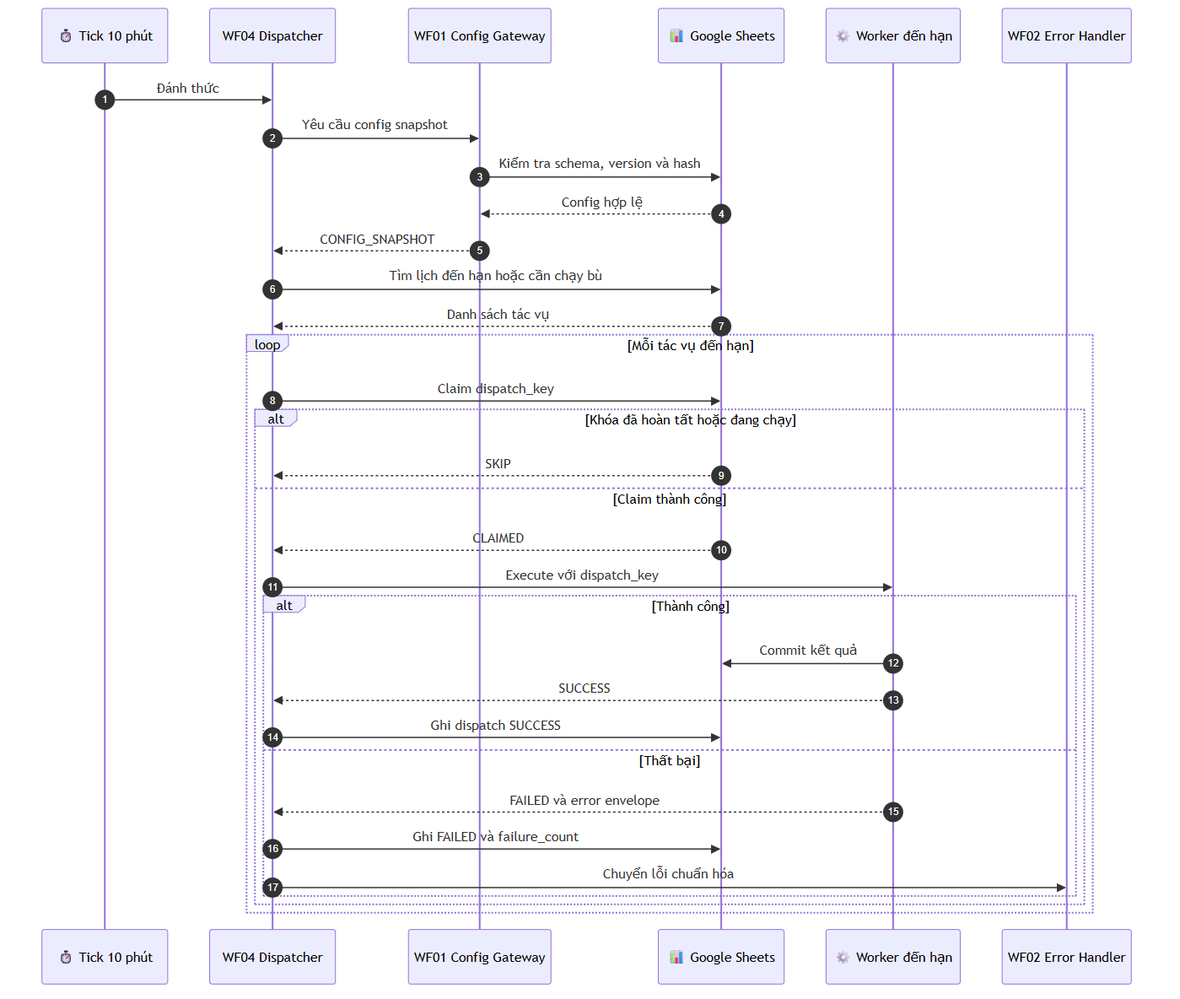
Above: docs/maintenance/diagrams/v2-dispatcher-sequence.png in devphucthinh/n8n-Modus (Mermaid), before the change. Its source is kept beside it as docs/maintenance/diagrams/v2-dispatcher-sequence.mmd.
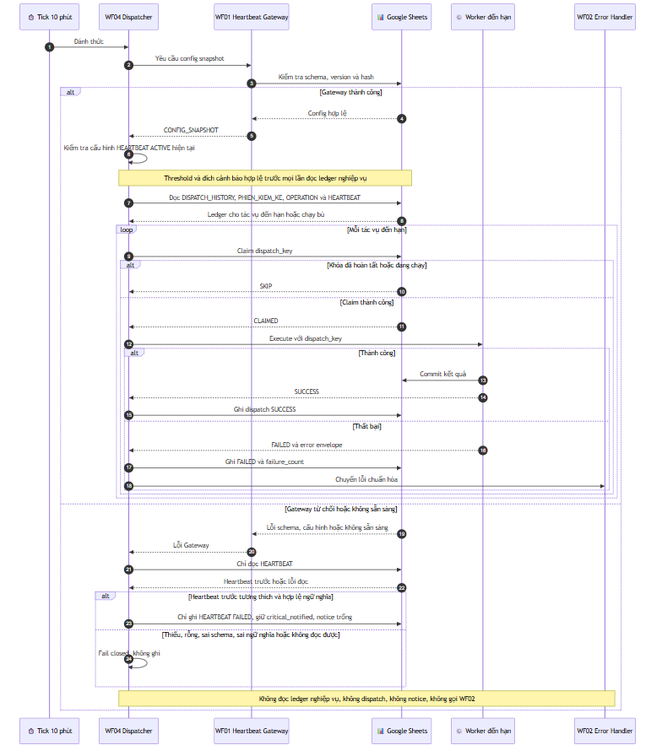
The same diagram one commit later.

What changed in the source:
```diff
@@ -2,7 +2,7 @@
     autonumber
     participant K as ⏱️ Tick 10 phút
     participant D as WF04 Dispatcher
-    participant C as WF01 Config Gateway
+    participant C as WF01 Heartbeat Gateway
     participant S as 📊 Google Sheets
     participant W as ⚙️ Worker đến hạn
     participant E as WF02 Error Handler
@@ -10,25 +10,40 @@
     K->>D: Đánh thức
     D->>C: Yêu cầu config snapshot
     C->>S: Kiểm tra schema, version và hash
-    S-->>C: Config hợp lệ
-    C-->>D: CONFIG_SNAPSHOT
-    D->>S: Tìm lịch đến hạn hoặc cần chạy bù
-    S-->>D: Danh sách tác vụ
-    loop Mỗi tác vụ đến hạn
-        D->>S: Claim dispatch_key
-        alt Khóa đã hoàn tất hoặc đang chạy
-            S-->>D: SKIP
-        else Claim thành công
-            S-->>D: CLAIMED
-            D->>W: Execute với dispatch_key
-            alt Thành công
-                W->>S: Commit kết quả
-                W-->>D: SUCCESS
-                D->>S: Ghi dispatch SUCCESS
-            else Thất bại
-                W-->>D: FAILED và error envelope
-                D->>S: Ghi FAILED và failure_count
-                D->>E: Chuyển lỗi chuẩn hóa
+    alt Gateway thành công
+        S-->>C: Config hợp lệ
+        C-->>D: CONFIG_SNAPSHOT
+        D->>D: Kiểm tra cấu hình HEARTBEAT ACTIVE hiện tại
+        Note over D,S: Threshold và đích cảnh báo hợp lệ trước mọi lần đọc ledger nghiệp vụ
+        D->>S: Đọc DISPATCH_HISTORY, PHIEN_KIEM_KE, OPERATION và HEARTBEAT
+        S-->>D: Ledger cho tác vụ đến hạn hoặc chạy bù
+        loop Mỗi tác vụ đến hạn
+            D->>S: Claim dispatch_key
+            alt Khóa đã hoàn tất hoặc đang chạy
+                S-->>D: SKIP
+            else Claim thành công
+                S-->>D: CLAIMED
+                D->>W: Execute với dispatch_key
+                alt Thành công
+                    W->>S: Commit kết quả
+                    W-->>D: SUCCESS
+                    D->>S: Ghi dispatch SUCCESS
+                else Thất bại
+                    W-->>D: FAILED và error envelope
+                    D->>S: Ghi FAILED và failure_count
+                    D->>E: Chuyển lỗi chuẩn hóa
+                end
             end
         end
+    else Gateway từ chối hoặc không sẵn sàng
+        S-->>C: Lỗi schema, cấu hình hoặc không sẵn sàng
+        C-->>D: Lỗi Gateway
+        D->>S: Chỉ đọc HEARTBEAT
+        S-->>D: Heartbeat trước hoặc lỗi đọc
+        alt Heartbeat trước tương thích và hợp lệ ngữ nghĩa
+            D->>S: Chỉ ghi HEARTBEAT FAILED, giữ critical_notified, notice trống
+        else Thiếu, rỗng, sai schema, sai ngữ nghĩa hoặc không đọc được
+            D->>D: Fail closed, không ghi
+        end
+        Note over D,E: Không đọc ledger nghiệp vụ, không dispatch, không notice, không gọi WF02
     end
```
